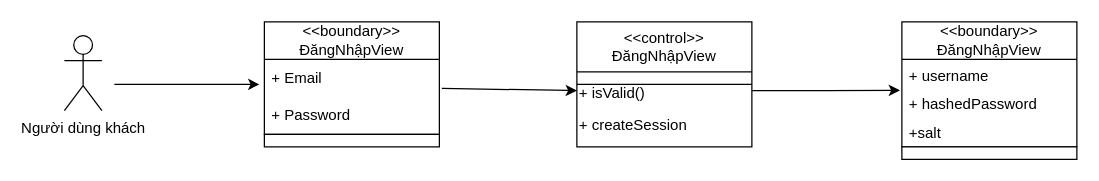
dvhAoU1374/IT3120-PTTKHT keeps this draw.io diagram as Use Case Diagram/Authentication/UCClass SignIn.drawio.xml. Above is the earlier version. Source tidied: cells renumbered, new cells numbered last; positions are measured from the earlier drawing's top-left corner, leaving out a move shared by most shapes. Both pictures are drawn from the tidied source at 125%, with x=0, y=0 at pixel (64, 21).
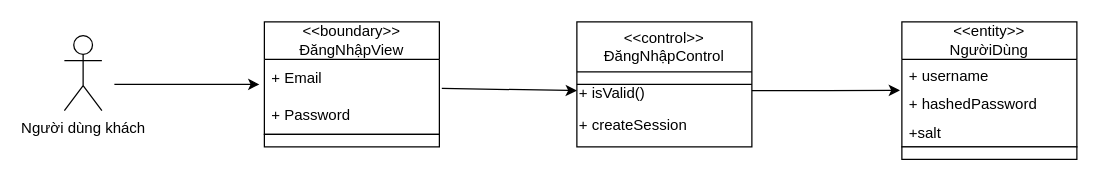
After the change.

The edit, as a diff of the source:
```diff
@@
-    <mxCell id="10" value="&amp;lt;&amp;lt;control&amp;gt;&amp;gt;&lt;div&gt;ĐăngNhậpView&lt;/div&gt;" style="swimlane;fontStyle=0;horizontal=1;startSize=40;whiteSpace=wrap;html=1;" parent="1" vertex="1">
+    <mxCell id="10" value="&amp;lt;&amp;lt;control&amp;gt;&amp;gt;&lt;div&gt;ĐăngNhậpControl&lt;/div&gt;" style="swimlane;fontStyle=0;horizontal=1;startSize=40;whiteSpace=wrap;html=1;" parent="1" vertex="1">
       <mxGeometry x="410" width="140" height="100" as="geometry" />
     </mxCell>
@@
-    <mxCell id="14" value="&amp;lt;&amp;lt;boundary&amp;gt;&amp;gt;&lt;div&gt;ĐăngNhậpView&lt;/div&gt;" style="swimlane;fontStyle=0;horizontal=1;startSize=30;whiteSpace=wrap;html=1;" parent="1" vertex="1">
+    <mxCell id="14" value="&amp;lt;&amp;lt;entity&amp;gt;&amp;gt;&lt;div&gt;NgườiDùng&lt;/div&gt;" style="swimlane;fontStyle=0;horizontal=1;startSize=30;whiteSpace=wrap;html=1;" parent="1" vertex="1">
       <mxGeometry x="670" width="140" height="100" as="geometry" />
     </mxCell>
```
